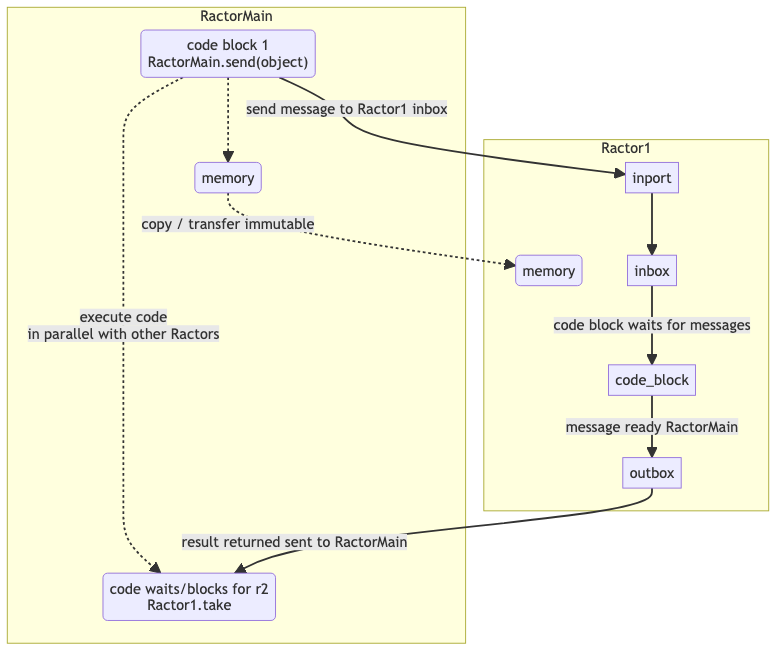
btihen/btihen_dev keeps this Mermaid diagram as content/posts/ruby/ruby_3_x_ractor/04_push_send_message.png. Above is the earlier version. Its source is kept beside it as content/posts/ruby/ruby_3_x_ractor/04_push_send_message.mmd.
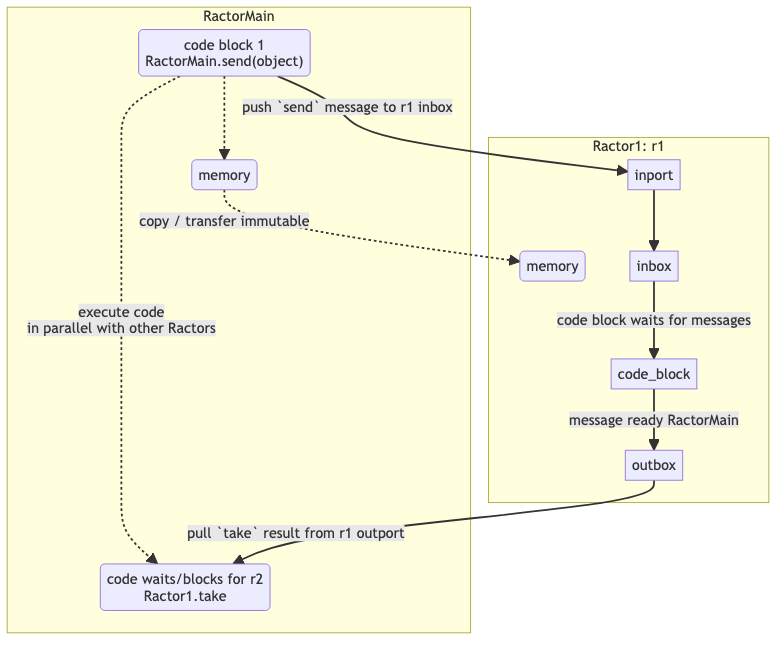
After the commit.

The edit, as a diff of the source:
```diff
@@ -1,14 +1,14 @@
 graph TD
     code1 -.->|execute code <br> in parallel with other Ractors| code2
     code1 -.-> memory_main
-    code1 -->|send message to Ractor1 inbox| inport
+    code1 -->|push `send` message to r1 inbox| inport
     memory_main -.->|copy / transfer immutable| memory_r1
     inport --> inbox
     inbox -->|code block waits for messages| code_block
     code_block -->|message ready RactorMain| outbox
-    outbox -->|result returned sent to RactorMain| code2
+    outbox -->|pull `take` result from r1 outport| code2
 
-    subgraph Ractor1
+    subgraph Ractor1: r1
     inport
     inbox
     memory_r1("memory")
```
